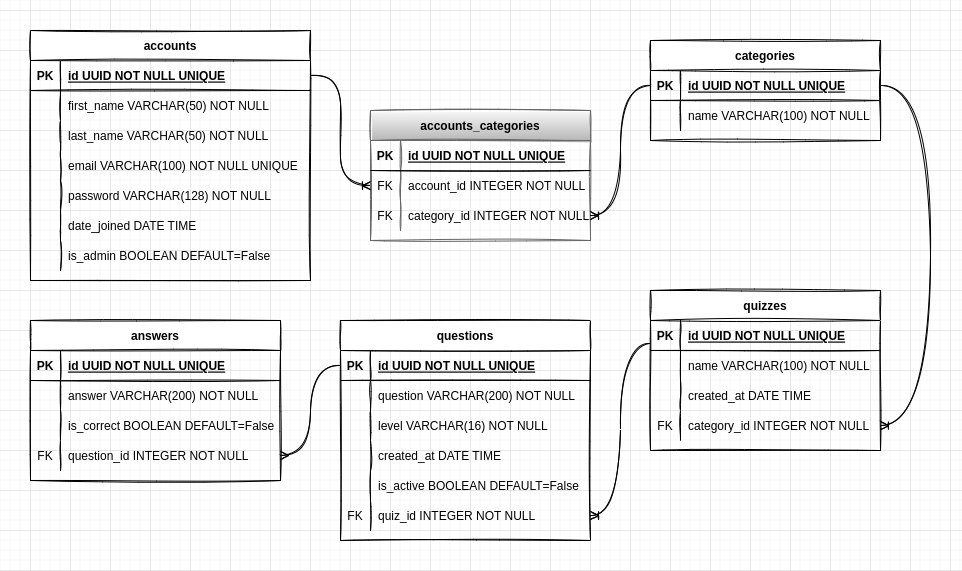
The draw.io diagram DER.png in valora-org/desafio-backend, before a commit. Source tidied: cells renumbered, new cells last; positions are measured from the earlier drawing's top-left corner, leaving out a move shared by most shapes.
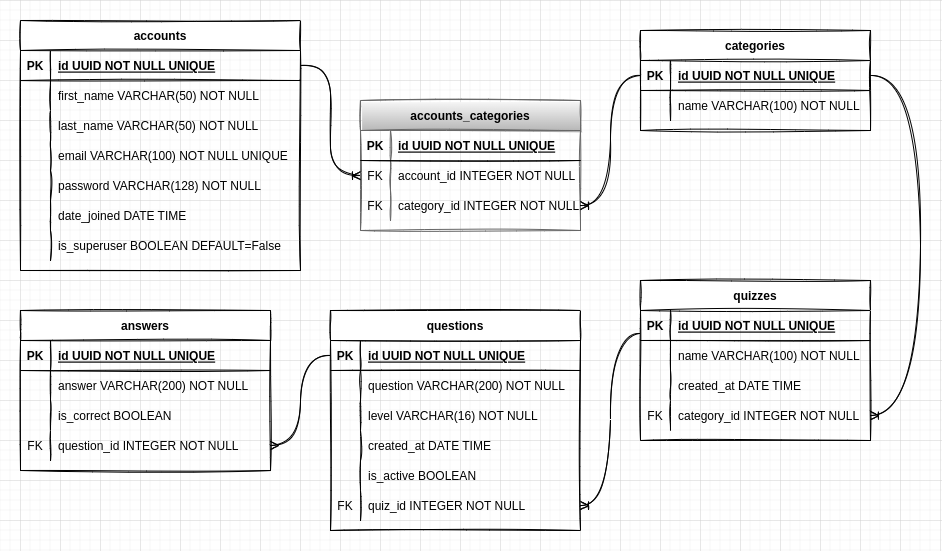
Above is the later version.

Diff of the diagram source:
```diff
@@ -125,7 +125,7 @@
     <mxCell id="42" style="shape=partialRectangle;overflow=hidden;fillColor=none;top=0;left=0;bottom=0;right=0;sketch=1;rounded=0;" parent="41" vertex="1">
       <mxGeometry width="30" height="30" as="geometry" />
     </mxCell>
-    <mxCell id="43" value="is_admin BOOLEAN DEFAULT=False" style="shape=partialRectangle;overflow=hidden;fillColor=none;top=0;left=0;bottom=0;right=0;align=left;spacingLeft=6;sketch=1;rounded=0;" parent="41" vertex="1">
+    <mxCell id="43" value="is_superuser BOOLEAN DEFAULT=False" style="shape=partialRectangle;overflow=hidden;fillColor=none;top=0;left=0;bottom=0;right=0;align=left;spacingLeft=6;sketch=1;rounded=0;" parent="41" vertex="1">
       <mxGeometry x="30" width="250" height="30" as="geometry" />
     </mxCell>
     <mxCell id="44" value="questions" style="shape=table;startSize=30;rowLines=0;fontStyle=1;align=center;sketch=1;rounded=0;" parent="1" vertex="1">
@@ -173,7 +173,7 @@
     <mxCell id="58" style="shape=partialRectangle;overflow=hidden;fillColor=none;top=0;left=0;bottom=0;right=0;sketch=1;rounded=0;" parent="57" vertex="1">
       <mxGeometry width="30" height="30" as="geometry" />
     </mxCell>
-    <mxCell id="59" value="is_active BOOLEAN DEFAULT=False" style="shape=partialRectangle;overflow=hidden;fillColor=none;top=0;left=0;bottom=0;right=0;align=left;spacingLeft=6;sketch=1;rounded=0;" parent="57" vertex="1">
+    <mxCell id="59" value="is_active BOOLEAN" style="shape=partialRectangle;overflow=hidden;fillColor=none;top=0;left=0;bottom=0;right=0;align=left;spacingLeft=6;sketch=1;rounded=0;" parent="57" vertex="1">
       <mxGeometry x="30" width="220" height="30" as="geometry" />
     </mxCell>
     <mxCell id="60" style="shape=partialRectangle;fillColor=none;points=[[0,0.5],[1,0.5]];portConstraint=eastwest;top=0;left=0;right=0;bottom=0;sketch=1;rounded=0;" parent="44" vertex="1">
@@ -275,7 +275,7 @@
     <mxCell id="85" style="shape=partialRectangle;overflow=hidden;fillColor=none;top=0;left=0;bottom=0;right=0;sketch=1;rounded=0;" parent="84" vertex="1">
       <mxGeometry width="30" height="30" as="geometry" />
     </mxCell>
-    <mxCell id="86" value="is_correct BOOLEAN DEFAULT=False" style="shape=partialRectangle;overflow=hidden;fillColor=none;top=0;left=0;bottom=0;right=0;align=left;spacingLeft=6;sketch=1;rounded=0;" parent="84" vertex="1">
+    <mxCell id="86" value="is_correct BOOLEAN" style="shape=partialRectangle;overflow=hidden;fillColor=none;top=0;left=0;bottom=0;right=0;align=left;spacingLeft=6;sketch=1;rounded=0;" parent="84" vertex="1">
       <mxGeometry x="30" width="220" height="30" as="geometry" />
     </mxCell>
     <mxCell id="87" style="shape=partialRectangle;fillColor=none;points=[[0,0.5],[1,0.5]];portConstraint=eastwest;top=0;left=0;right=0;bottom=0;sketch=1;rounded=0;" parent="77" vertex="1">
```
